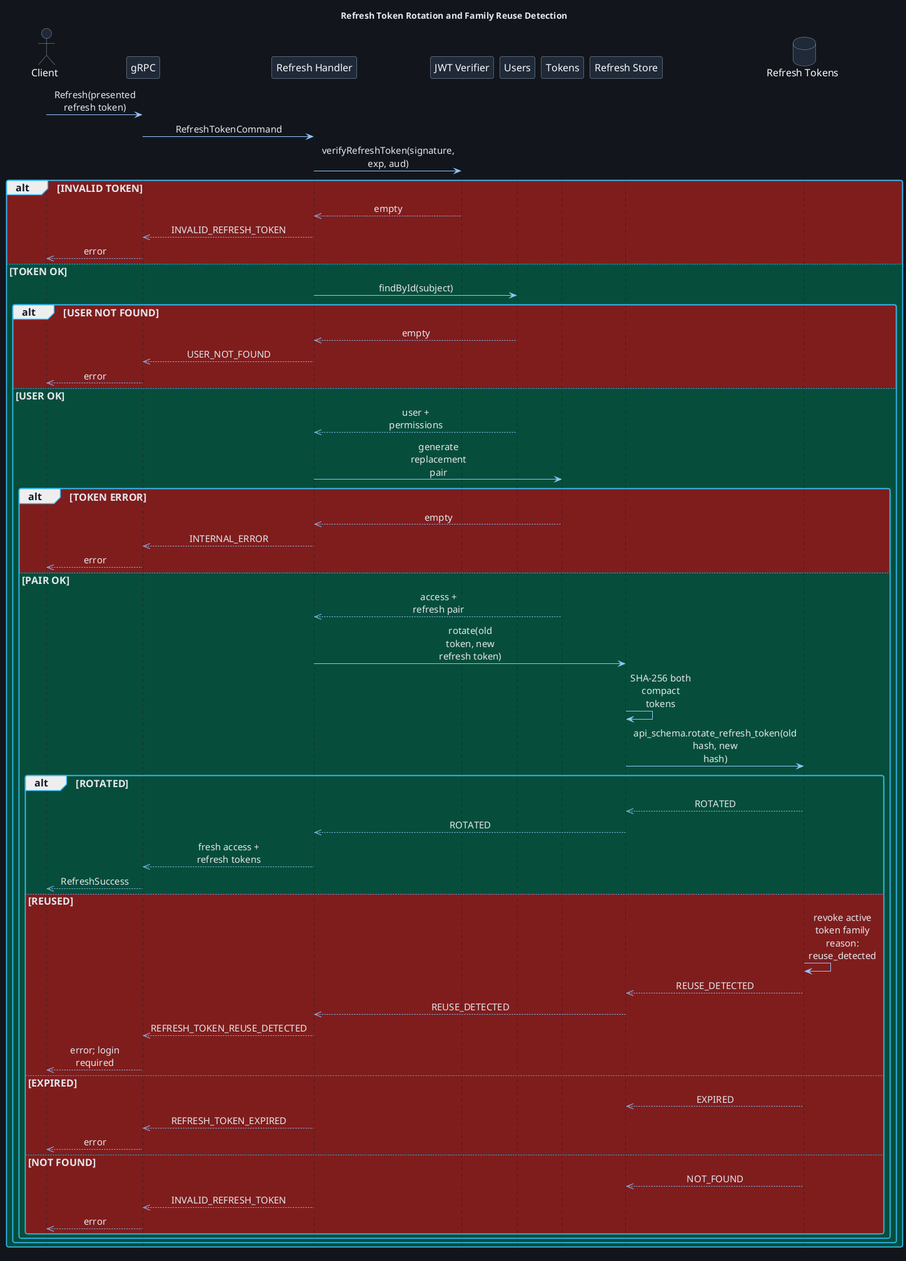
This is design/authentication/RefreshRotation.png from OODesigns/central-auth-service, a PlantUML export, as it was before one commit.
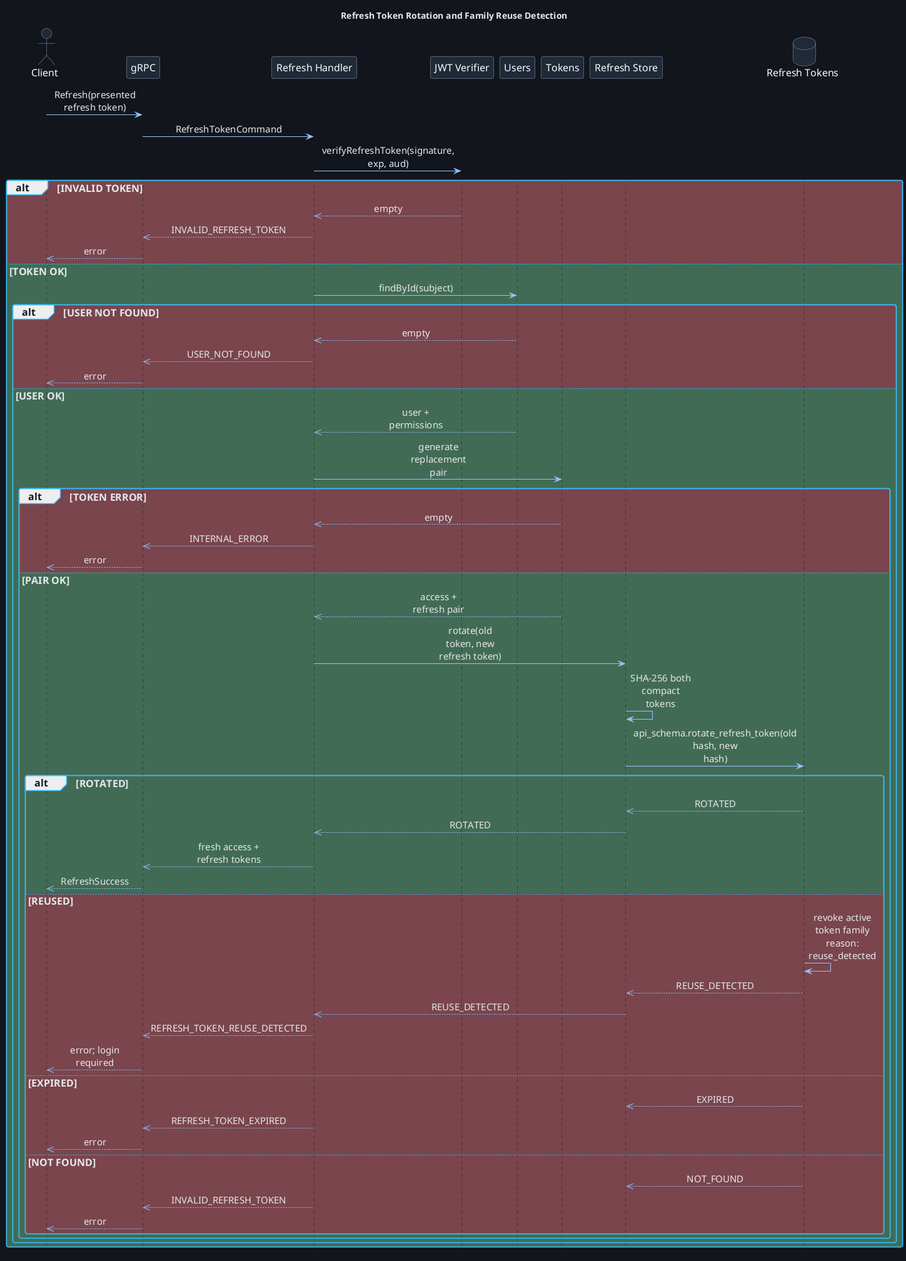
The same file after the commit.

The edit, as a diff of the source:
```diff
@@ -15,44 +15,44 @@
 Client -> Grpc: Refresh(presented refresh token)
 Grpc -> Handler: RefreshTokenCommand
 Handler -> Verifier: verifyRefreshToken(signature, exp, aud)
-alt #7f1d1d INVALID TOKEN
+alt #7a454d INVALID TOKEN
   Verifier -->> Handler: empty
   Handler -->> Grpc: INVALID_REFRESH_TOKEN
   Grpc -->> Client: error
-else #064e3b TOKEN OK
+else #426b55 TOKEN OK
   Handler -> Users: findById(subject)
-  alt #7f1d1d USER NOT FOUND
+  alt #7a454d USER NOT FOUND
     Users -->> Handler: empty
     Handler -->> Grpc: USER_NOT_FOUND
     Grpc -->> Client: error
-  else #064e3b USER OK
+  else #426b55 USER OK
     Users -->> Handler: user + permissions
     Handler -> Tokens: generate replacement pair
-    alt #7f1d1d TOKEN ERROR
+    alt #7a454d TOKEN ERROR
       Tokens -->> Handler: empty
       Handler -->> Grpc: INTERNAL_ERROR
       Grpc -->> Client: error
-    else #064e3b PAIR OK
+    else #426b55 PAIR OK
       Tokens -->> Handler: access + refresh pair
       Handler -> Store: rotate(old token, new refresh token)
       Store -> Store: SHA-256 both compact tokens
       Store -> Db: api_schema.rotate_refresh_token(old hash, new hash)
-      alt #064e3b ROTATED
+      alt #426b55 ROTATED
         Db -->> Store: ROTATED
         Store -->> Handler: ROTATED
         Handler -->> Grpc: fresh access + refresh tokens
         Grpc -->> Client: RefreshSuccess
-      else #7f1d1d REUSED
+      else #7a454d REUSED
         Db -> Db: revoke active token family\nreason: reuse_detected
         Db -->> Store: REUSE_DETECTED
         Store -->> Handler: REUSE_DETECTED
         Handler -->> Grpc: REFRESH_TOKEN_REUSE_DETECTED
         Grpc -->> Client: error; login required
-      else #7f1d1d EXPIRED
+      else #7a454d EXPIRED
         Db -->> Store: EXPIRED
         Handler -->> Grpc: REFRESH_TOKEN_EXPIRED
         Grpc -->> Client: error
-      else #7f1d1d NOT FOUND
+      else #7a454d NOT FOUND
         Db -->> Store: NOT_FOUND
         Handler -->> Grpc: INVALID_REFRESH_TOKEN
         Grpc -->> Client: error
```
